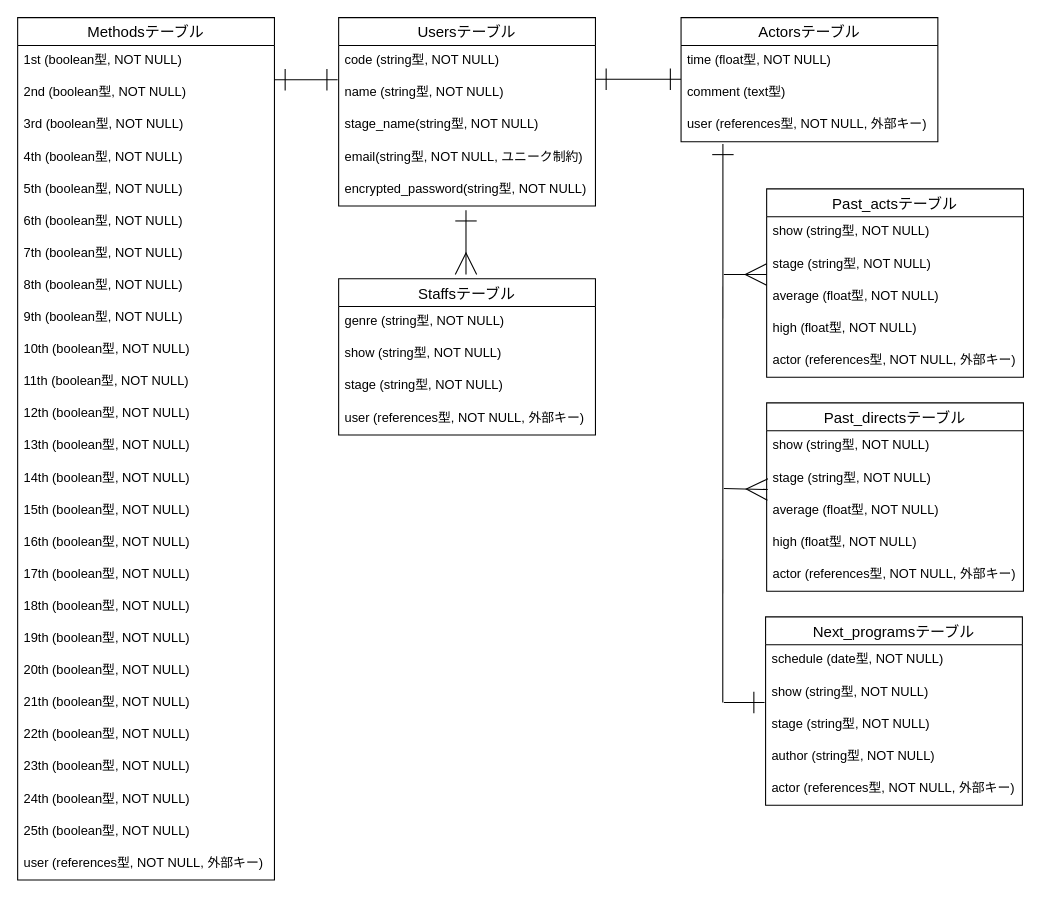
The draw.io diagram ER.dio in morishitami/makiniummy, before the edit. Source tidied: cells renumbered, new cells numbered last; positions are measured from the earlier drawing's top-left corner, leaving out a move shared by most shapes. Both pictures are drawn from the tidied source at 107%, with x=0, y=0 at pixel (17, 17).
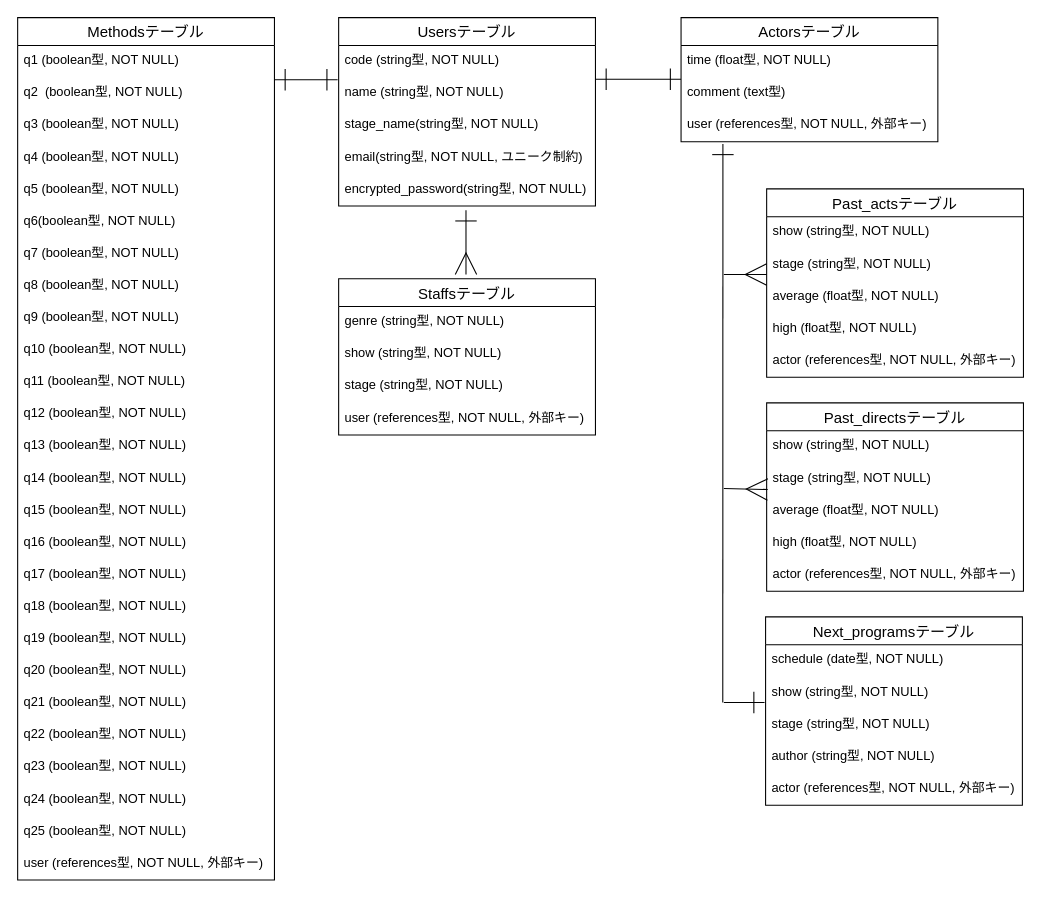
After the change.

The change refers to these unchanged cells:
```xml
<mxCell id="8" value="Methodsテーブル" style="swimlane;fontStyle=0;horizontal=1;startSize=26;align=center;fontSize=14;" parent="1" vertex="1">
  <mxGeometry width="240" height="806" as="geometry" />
</mxCell>
```

Diff of the diagram source:
```diff
@@
-    <mxCell id="9" value="1st (boolean型, NOT NULL)" style="text;strokeColor=none;fillColor=none;spacingLeft=4;spacingRight=4;overflow=hidden;fontSize=12;" parent="8" vertex="1">
+    <mxCell id="9" value="q1 (boolean型, NOT NULL)" style="text;strokeColor=none;fillColor=none;spacingLeft=4;spacingRight=4;overflow=hidden;fontSize=12;" parent="8" vertex="1">
       <mxGeometry y="26" width="240" height="30" as="geometry" />
     </mxCell>
-    <mxCell id="10" value="2nd (boolean型, NOT NULL)" style="text;strokeColor=none;fillColor=none;spacingLeft=4;spacingRight=4;overflow=hidden;points=[[0,0.5],[1,0.5]];portConstraint=eastwest;fontSize=12;" parent="8" vertex="1">
+    <mxCell id="10" value="q2  (boolean型, NOT NULL)" style="text;strokeColor=none;fillColor=none;spacingLeft=4;spacingRight=4;overflow=hidden;points=[[0,0.5],[1,0.5]];portConstraint=eastwest;fontSize=12;" parent="8" vertex="1">
       <mxGeometry y="56" width="240" height="30" as="geometry" />
     </mxCell>
-    <mxCell id="11" value="3rd (boolean型, NOT NULL)" style="text;strokeColor=none;fillColor=none;spacingLeft=4;spacingRight=4;overflow=hidden;fontSize=12;" parent="8" vertex="1">
+    <mxCell id="11" value="q3 (boolean型, NOT NULL)" style="text;strokeColor=none;fillColor=none;spacingLeft=4;spacingRight=4;overflow=hidden;fontSize=12;" parent="8" vertex="1">
       <mxGeometry y="86" width="240" height="30" as="geometry" />
     </mxCell>
-    <mxCell id="12" value="4th (boolean型, NOT NULL)" style="text;strokeColor=none;fillColor=none;spacingLeft=4;spacingRight=4;overflow=hidden;fontSize=12;" parent="8" vertex="1">
+    <mxCell id="12" value="q4 (boolean型, NOT NULL)" style="text;strokeColor=none;fillColor=none;spacingLeft=4;spacingRight=4;overflow=hidden;fontSize=12;" parent="8" vertex="1">
       <mxGeometry y="116" width="240" height="30" as="geometry" />
     </mxCell>
-    <mxCell id="13" value="5th (boolean型, NOT NULL)" style="text;strokeColor=none;fillColor=none;spacingLeft=4;spacingRight=4;overflow=hidden;fontSize=12;" parent="8" vertex="1">
+    <mxCell id="13" value="q5 (boolean型, NOT NULL)" style="text;strokeColor=none;fillColor=none;spacingLeft=4;spacingRight=4;overflow=hidden;fontSize=12;" parent="8" vertex="1">
       <mxGeometry y="146" width="240" height="30" as="geometry" />
     </mxCell>
-    <mxCell id="14" value="6th (boolean型, NOT NULL)" style="text;strokeColor=none;fillColor=none;spacingLeft=4;spacingRight=4;overflow=hidden;fontSize=12;" parent="8" vertex="1">
+    <mxCell id="14" value="q6(boolean型, NOT NULL)" style="text;strokeColor=none;fillColor=none;spacingLeft=4;spacingRight=4;overflow=hidden;fontSize=12;" parent="8" vertex="1">
       <mxGeometry y="176" width="240" height="30" as="geometry" />
     </mxCell>
-    <mxCell id="15" value="7th (boolean型, NOT NULL)" style="text;strokeColor=none;fillColor=none;spacingLeft=4;spacingRight=4;overflow=hidden;fontSize=12;" parent="8" vertex="1">
+    <mxCell id="15" value="q7 (boolean型, NOT NULL)" style="text;strokeColor=none;fillColor=none;spacingLeft=4;spacingRight=4;overflow=hidden;fontSize=12;" parent="8" vertex="1">
       <mxGeometry y="206" width="240" height="30" as="geometry" />
     </mxCell>
-    <mxCell id="16" value="8th (boolean型, NOT NULL)" style="text;strokeColor=none;fillColor=none;spacingLeft=4;spacingRight=4;overflow=hidden;fontSize=12;" parent="8" vertex="1">
+    <mxCell id="16" value="q8 (boolean型, NOT NULL)" style="text;strokeColor=none;fillColor=none;spacingLeft=4;spacingRight=4;overflow=hidden;fontSize=12;" parent="8" vertex="1">
       <mxGeometry y="236" width="240" height="30" as="geometry" />
     </mxCell>
-    <mxCell id="17" value="9th (boolean型, NOT NULL)" style="text;strokeColor=none;fillColor=none;spacingLeft=4;spacingRight=4;overflow=hidden;fontSize=12;" parent="8" vertex="1">
+    <mxCell id="17" value="q9 (boolean型, NOT NULL)" style="text;strokeColor=none;fillColor=none;spacingLeft=4;spacingRight=4;overflow=hidden;fontSize=12;" parent="8" vertex="1">
       <mxGeometry y="266" width="240" height="30" as="geometry" />
     </mxCell>
-    <mxCell id="18" value="10th (boolean型, NOT NULL)" style="text;strokeColor=none;fillColor=none;spacingLeft=4;spacingRight=4;overflow=hidden;fontSize=12;" parent="8" vertex="1">
+    <mxCell id="18" value="q10 (boolean型, NOT NULL)" style="text;strokeColor=none;fillColor=none;spacingLeft=4;spacingRight=4;overflow=hidden;fontSize=12;" parent="8" vertex="1">
       <mxGeometry y="296" width="240" height="30" as="geometry" />
     </mxCell>
-    <mxCell id="19" value="11th (boolean型, NOT NULL)" style="text;strokeColor=none;fillColor=none;spacingLeft=4;spacingRight=4;overflow=hidden;fontSize=12;" parent="8" vertex="1">
+    <mxCell id="19" value="q11 (boolean型, NOT NULL)" style="text;strokeColor=none;fillColor=none;spacingLeft=4;spacingRight=4;overflow=hidden;fontSize=12;" parent="8" vertex="1">
       <mxGeometry y="326" width="240" height="30" as="geometry" />
     </mxCell>
-    <mxCell id="20" value="12th (boolean型, NOT NULL)" style="text;strokeColor=none;fillColor=none;spacingLeft=4;spacingRight=4;overflow=hidden;fontSize=12;" parent="8" vertex="1">
+    <mxCell id="20" value="q12 (boolean型, NOT NULL)" style="text;strokeColor=none;fillColor=none;spacingLeft=4;spacingRight=4;overflow=hidden;fontSize=12;" parent="8" vertex="1">
       <mxGeometry y="356" width="240" height="30" as="geometry" />
     </mxCell>
-    <mxCell id="21" value="13th (boolean型, NOT NULL)" style="text;strokeColor=none;fillColor=none;spacingLeft=4;spacingRight=4;overflow=hidden;fontSize=12;" parent="8" vertex="1">
+    <mxCell id="21" value="q13 (boolean型, NOT NULL)" style="text;strokeColor=none;fillColor=none;spacingLeft=4;spacingRight=4;overflow=hidden;fontSize=12;" parent="8" vertex="1">
       <mxGeometry y="386" width="240" height="30" as="geometry" />
     </mxCell>
-    <mxCell id="22" value="14th (boolean型, NOT NULL)" style="text;strokeColor=none;fillColor=none;spacingLeft=4;spacingRight=4;overflow=hidden;fontSize=12;" parent="8" vertex="1">
+    <mxCell id="22" value="q14 (boolean型, NOT NULL)" style="text;strokeColor=none;fillColor=none;spacingLeft=4;spacingRight=4;overflow=hidden;fontSize=12;" parent="8" vertex="1">
       <mxGeometry y="416" width="240" height="30" as="geometry" />
     </mxCell>
-    <mxCell id="23" value="15th (boolean型, NOT NULL)" style="text;strokeColor=none;fillColor=none;spacingLeft=4;spacingRight=4;overflow=hidden;fontSize=12;" parent="8" vertex="1">
+    <mxCell id="23" value="q15 (boolean型, NOT NULL)" style="text;strokeColor=none;fillColor=none;spacingLeft=4;spacingRight=4;overflow=hidden;fontSize=12;" parent="8" vertex="1">
       <mxGeometry y="446" width="240" height="30" as="geometry" />
     </mxCell>
-    <mxCell id="24" value="16th (boolean型, NOT NULL)" style="text;strokeColor=none;fillColor=none;spacingLeft=4;spacingRight=4;overflow=hidden;fontSize=12;" parent="8" vertex="1">
+    <mxCell id="24" value="q16 (boolean型, NOT NULL)" style="text;strokeColor=none;fillColor=none;spacingLeft=4;spacingRight=4;overflow=hidden;fontSize=12;" parent="8" vertex="1">
       <mxGeometry y="476" width="240" height="30" as="geometry" />
     </mxCell>
-    <mxCell id="25" value="17th (boolean型, NOT NULL)" style="text;strokeColor=none;fillColor=none;spacingLeft=4;spacingRight=4;overflow=hidden;fontSize=12;" parent="8" vertex="1">
+    <mxCell id="25" value="q17 (boolean型, NOT NULL)" style="text;strokeColor=none;fillColor=none;spacingLeft=4;spacingRight=4;overflow=hidden;fontSize=12;" parent="8" vertex="1">
       <mxGeometry y="506" width="240" height="30" as="geometry" />
     </mxCell>
-    <mxCell id="26" value="18th (boolean型, NOT NULL)" style="text;strokeColor=none;fillColor=none;spacingLeft=4;spacingRight=4;overflow=hidden;fontSize=12;" parent="8" vertex="1">
+    <mxCell id="26" value="q18 (boolean型, NOT NULL)" style="text;strokeColor=none;fillColor=none;spacingLeft=4;spacingRight=4;overflow=hidden;fontSize=12;" parent="8" vertex="1">
       <mxGeometry y="536" width="240" height="30" as="geometry" />
     </mxCell>
-    <mxCell id="27" value="19th (boolean型, NOT NULL)" style="text;strokeColor=none;fillColor=none;spacingLeft=4;spacingRight=4;overflow=hidden;fontSize=12;" parent="8" vertex="1">
+    <mxCell id="27" value="q19 (boolean型, NOT NULL)" style="text;strokeColor=none;fillColor=none;spacingLeft=4;spacingRight=4;overflow=hidden;fontSize=12;" parent="8" vertex="1">
       <mxGeometry y="566" width="240" height="30" as="geometry" />
     </mxCell>
-    <mxCell id="28" value="20th (boolean型, NOT NULL)" style="text;strokeColor=none;fillColor=none;spacingLeft=4;spacingRight=4;overflow=hidden;fontSize=12;" parent="8" vertex="1">
+    <mxCell id="28" value="q20 (boolean型, NOT NULL)" style="text;strokeColor=none;fillColor=none;spacingLeft=4;spacingRight=4;overflow=hidden;fontSize=12;" parent="8" vertex="1">
       <mxGeometry y="596" width="240" height="30" as="geometry" />
     </mxCell>
-    <mxCell id="29" value="21th (boolean型, NOT NULL)" style="text;strokeColor=none;fillColor=none;spacingLeft=4;spacingRight=4;overflow=hidden;fontSize=12;" parent="8" vertex="1">
+    <mxCell id="29" value="q21 (boolean型, NOT NULL)" style="text;strokeColor=none;fillColor=none;spacingLeft=4;spacingRight=4;overflow=hidden;fontSize=12;" parent="8" vertex="1">
       <mxGeometry y="626" width="240" height="30" as="geometry" />
     </mxCell>
-    <mxCell id="30" value="22th (boolean型, NOT NULL)" style="text;strokeColor=none;fillColor=none;spacingLeft=4;spacingRight=4;overflow=hidden;fontSize=12;" parent="8" vertex="1">
+    <mxCell id="30" value="q22 (boolean型, NOT NULL)" style="text;strokeColor=none;fillColor=none;spacingLeft=4;spacingRight=4;overflow=hidden;fontSize=12;" parent="8" vertex="1">
       <mxGeometry y="656" width="240" height="30" as="geometry" />
     </mxCell>
-    <mxCell id="31" value="23th (boolean型, NOT NULL)" style="text;strokeColor=none;fillColor=none;spacingLeft=4;spacingRight=4;overflow=hidden;fontSize=12;" parent="8" vertex="1">
+    <mxCell id="31" value="q23 (boolean型, NOT NULL)" style="text;strokeColor=none;fillColor=none;spacingLeft=4;spacingRight=4;overflow=hidden;fontSize=12;" parent="8" vertex="1">
       <mxGeometry y="686" width="240" height="30" as="geometry" />
     </mxCell>
-    <mxCell id="32" value="24th (boolean型, NOT NULL)" style="text;strokeColor=none;fillColor=none;spacingLeft=4;spacingRight=4;overflow=hidden;fontSize=12;" parent="8" vertex="1">
+    <mxCell id="32" value="q24 (boolean型, NOT NULL)" style="text;strokeColor=none;fillColor=none;spacingLeft=4;spacingRight=4;overflow=hidden;fontSize=12;" parent="8" vertex="1">
       <mxGeometry y="716" width="240" height="30" as="geometry" />
     </mxCell>
-    <mxCell id="33" value="25th (boolean型, NOT NULL)" style="text;strokeColor=none;fillColor=none;spacingLeft=4;spacingRight=4;overflow=hidden;fontSize=12;" parent="8" vertex="1">
+    <mxCell id="33" value="q25 (boolean型, NOT NULL)" style="text;strokeColor=none;fillColor=none;spacingLeft=4;spacingRight=4;overflow=hidden;fontSize=12;" parent="8" vertex="1">
       <mxGeometry y="746" width="240" height="30" as="geometry" />
     </mxCell>
```
